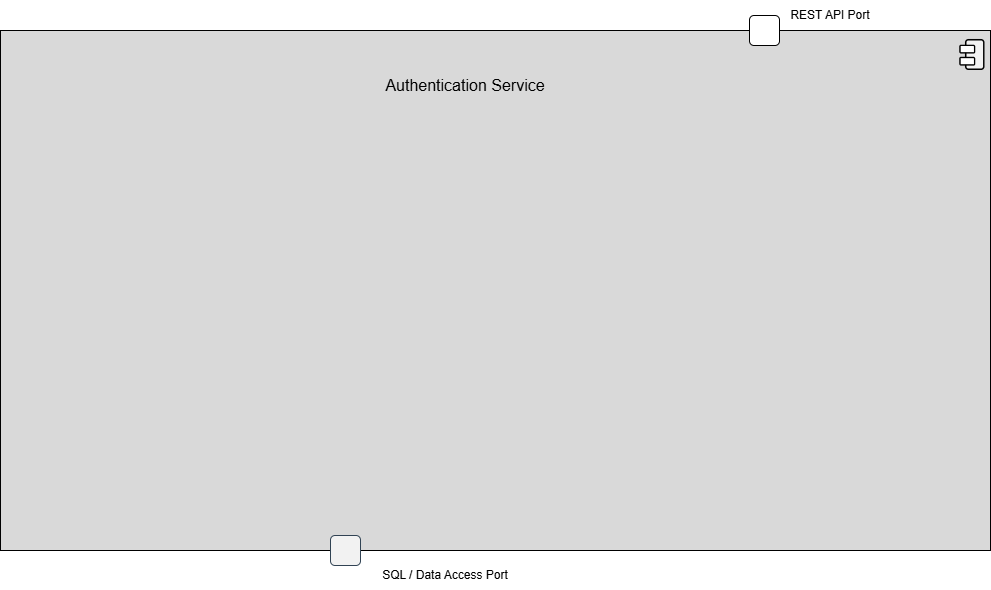
Above: 04_QA_Review/Pending_Review/KU_M1_Team4_AuthenticationTopLevel_v01.drawio.png in JmmonJeremy/CareerBound-SDD (draw.io), before the change. Source tidied: cells renumbered, new cells last; positions are measured from the earlier drawing's top-left corner, leaving out a move shared by most shapes.
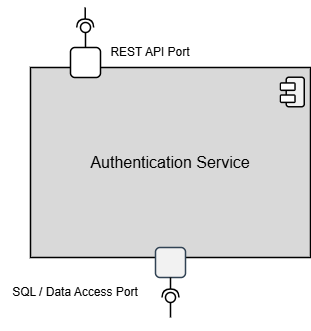
The same diagram one commit later.

The edit, as a diff of the source:
```diff
@@ -2,8 +2,11 @@
   <root>
     <mxCell id="0" />
     <mxCell id="1" parent="0" />
+    <mxCell id="6" style="html=1;whiteSpace=wrap;fillColor=#D9D9D9;strokeWidth=1.5;" parent="1" vertex="1">
+      <mxGeometry x="340" y="190" width="280" height="190" as="geometry" />
+    </mxCell>
     <mxCell id="2" style="group;rounded=1;fontFamily=Arial;" parent="1" vertex="1">
-      <mxGeometry x="950" y="50" width="25.1" height="29.8" as="geometry" />
+      <mxGeometry x="590" y="200" width="25.1" height="29.8" as="geometry" />
     </mxCell>
     <mxCell id="3" style="rounded=1;whiteSpace=wrap;html=1;rotation=-90;strokeWidth=1.5;fillStyle=solid;fillColor=light-dark(#F2F2F2,#FFFFFF);fontFamily=Arial;" parent="2" vertex="1">
       <mxGeometry y="5.5" width="29.5" height="18" as="geometry" />
@@ -14,35 +17,45 @@
     <mxCell id="5" style="rounded=1;whiteSpace=wrap;html=1;strokeWidth=1.5;fillStyle=solid;fillColor=#FFFFFF;fontFamily=Arial;" parent="2" vertex="1">
       <mxGeometry y="17.6" width="14.5" height="7.3" as="geometry" />
     </mxCell>
-    <mxCell id="6" style="html=1;whiteSpace=wrap;fillColor=#D9D9D9;" parent="1" vertex="1">
-      <mxGeometry y="30" width="990" height="520" as="geometry" />
-    </mxCell>
-    <mxCell id="7" style="group;rounded=1;fontFamily=Arial;" parent="1" vertex="1">
-      <mxGeometry x="960" y="40" width="25.1" height="29.8" as="geometry" />
-    </mxCell>
-    <mxCell id="8" style="rounded=1;whiteSpace=wrap;html=1;rotation=-90;strokeWidth=1.5;fillStyle=solid;fillColor=light-dark(#F2F2F2,#FFFFFF);fontFamily=Arial;" parent="7" vertex="1">
-      <mxGeometry y="5.5" width="29.5" height="18" as="geometry" />
-    </mxCell>
-    <mxCell id="9" style="rounded=1;whiteSpace=wrap;html=1;strokeWidth=1.5;fillStyle=solid;fillColor=#FFFFFF;fontFamily=Arial;" parent="7" vertex="1">
-      <mxGeometry y="5.5" width="14.5" height="7.3" as="geometry" />
-    </mxCell>
-    <mxCell id="10" style="rounded=1;whiteSpace=wrap;html=1;strokeWidth=1.5;fillStyle=solid;fillColor=#FFFFFF;fontFamily=Arial;" parent="7" vertex="1">
-      <mxGeometry y="17.6" width="14.5" height="7.3" as="geometry" />
-    </mxCell>
-    <mxCell id="11" style="rounded=1;whiteSpace=wrap;html=1;fillColor=#F2F2F2;fontColor=#ffffff;strokeColor=#314354;" parent="1" vertex="1">
-      <mxGeometry x="330" y="535" width="30" height="30" as="geometry" />
+    <mxCell id="11" style="rounded=1;whiteSpace=wrap;html=1;fillColor=#F2F2F2;fontColor=#ffffff;strokeColor=#314354;strokeWidth=1.5;" parent="1" vertex="1">
+      <mxGeometry x="465" y="370" width="30" height="30" as="geometry" />
     </mxCell>
-    <mxCell id="12" style="rounded=1;whiteSpace=wrap;html=1;" parent="1" vertex="1">
-      <mxGeometry x="749" y="15" width="30" height="30" as="geometry" />
+    <mxCell id="12" style="rounded=1;whiteSpace=wrap;html=1;strokeWidth=1.5;" parent="1" vertex="1">
+      <mxGeometry x="380" y="170" width="30" height="30" as="geometry" />
     </mxCell>
     <mxCell id="13" value="&lt;font face=&quot;Arial&quot; style=&quot;font-size: 16px;&quot;&gt;Authentication Service&lt;/font&gt;" style="text;html=1;whiteSpace=wrap;strokeColor=none;fillColor=none;align=center;verticalAlign=middle;rounded=0;" parent="1" vertex="1">
-      <mxGeometry x="375" y="70" width="180" height="30" as="geometry" />
+      <mxGeometry x="390" y="270" width="180" height="30" as="geometry" />
     </mxCell>
     <mxCell id="14" value="&lt;font face=&quot;Arial&quot;&gt;REST API Port&lt;/font&gt;" style="text;html=1;whiteSpace=wrap;strokeColor=none;fillColor=none;align=center;verticalAlign=middle;rounded=0;" parent="1" vertex="1">
-      <mxGeometry x="780" width="100" height="30" as="geometry" />
+      <mxGeometry x="410" y="160" width="100" height="30" as="geometry" />
     </mxCell>
     <mxCell id="15" value="SQL / Data Access Port" style="text;html=1;whiteSpace=wrap;strokeColor=none;fillColor=none;align=center;verticalAlign=middle;rounded=0;" parent="1" vertex="1">
-      <mxGeometry x="370" y="560" width="150" height="30" as="geometry" />
+      <mxGeometry x="310" y="400" width="150" height="30" as="geometry" />
     </mxCell>
+    <mxCell id="16" style="rounded=0;jettySize=auto;html=1;endArrow=halfCircle;endFill=0;endSize=6;strokeWidth=1.5;sketch=0;exitX=0.5;exitY=1;exitDx=0;exitDy=0;exitPerimeter=0;" parent="1" edge="1" source="11">
+      <mxGeometry relative="1" as="geometry">
+        <mxPoint x="480" y="420" as="targetPoint" />
+      </mxGeometry>
+    </mxCell>
+    <mxCell id="17" style="rounded=0;orthogonalLoop=1;jettySize=auto;html=1;endArrow=oval;endFill=0;sketch=0;sourcePerimeterSpacing=0;targetPerimeterSpacing=0;endSize=10;strokeWidth=1.5;" parent="1" edge="1">
+      <mxGeometry relative="1" as="geometry">
+        <mxPoint x="480" y="440" as="sourcePoint" />
+        <mxPoint x="480" y="420" as="targetPoint" />
+      </mxGeometry>
+    </mxCell>
+    <mxCell id="18" style="ellipse;whiteSpace=wrap;html=1;align=center;fillColor=none;strokeColor=none;perimeter=centerPerimeter;" parent="1" vertex="1">
+      <mxGeometry x="605" y="230" width="10" height="10" as="geometry" />
+    </mxCell>
+    <mxCell id="19" style="rounded=0;jettySize=auto;html=1;endArrow=oval;endFill=0;sketch=0;sourcePerimeterSpacing=0;targetPerimeterSpacing=0;endSize=10;strokeWidth=1.5;exitX=0.5;exitY=0;exitDx=0;exitDy=0;" parent="1" edge="1" source="12">
+      <mxGeometry relative="1" as="geometry">
+        <mxPoint x="395" y="150" as="targetPoint" />
+      </mxGeometry>
+    </mxCell>
+    <mxCell id="20" style="rounded=0;orthogonalLoop=1;jettySize=auto;html=1;endArrow=halfCircle;endFill=0;endSize=6;strokeWidth=1.5;sketch=0;" parent="1" edge="1">
+      <mxGeometry relative="1" as="geometry">
+        <mxPoint x="394.7" y="130" as="sourcePoint" />
+        <mxPoint x="394.7" y="150" as="targetPoint" />
+      </mxGeometry>
+    </mxCell>
   </root>
 </mxGraphModel>
```
